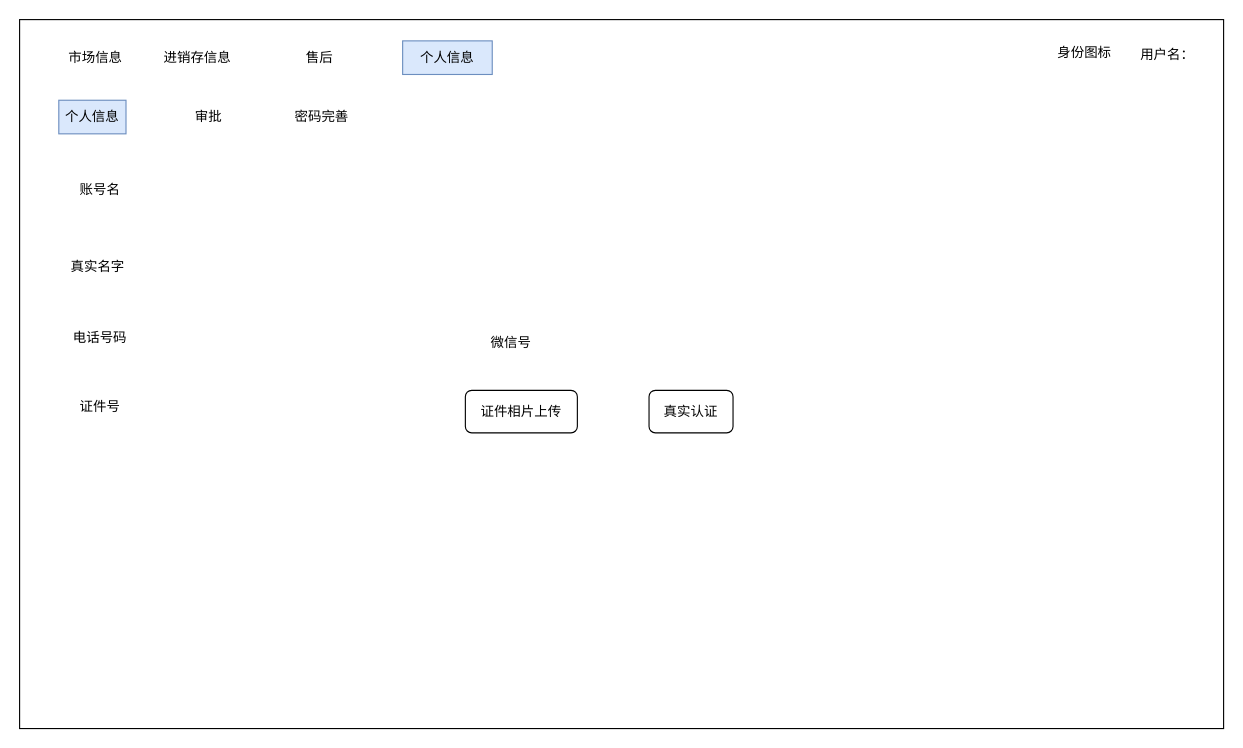
This is page "个人信息" (1 of 3) of 泰加个人信息.drawio from cangwang/news, a draw.io file, before an edit. Source tidied: cells renumbered, new cells numbered last; positions are measured from the earlier drawing's top-left corner, leaving out a move shared by most shapes. Both pictures are drawn from the tidied source at 112%, with x=0, y=0 at pixel (19, 19).
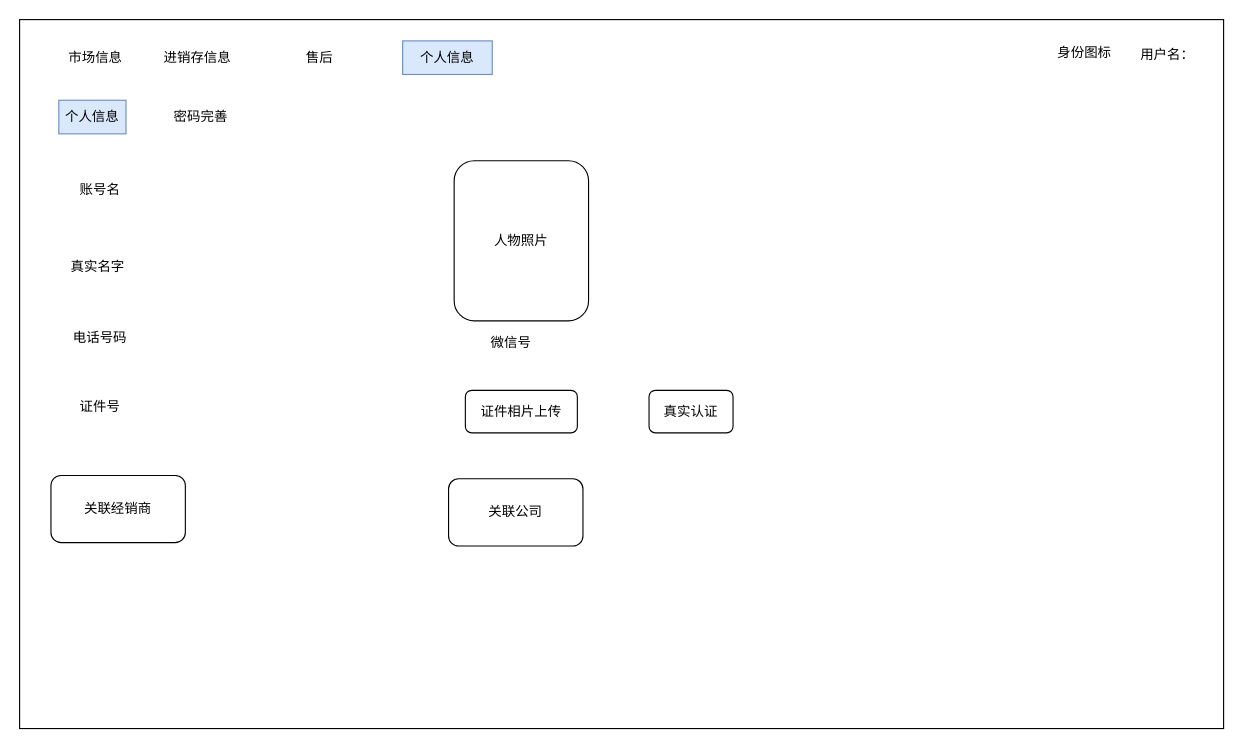
After the change.

The edit, as a diff of the source:
```diff
@@
     <mxCell id="10" value="密码完善" style="text;html=1;align=center;verticalAlign=middle;whiteSpace=wrap;rounded=0;" parent="1" vertex="1">
-      <mxGeometry x="240" y="72" width="60" height="30" as="geometry" />
+      <mxGeometry x="132" y="72" width="60" height="30" as="geometry" />
     </mxCell>
@@
-    <mxCell id="16" value="审批" style="text;html=1;strokeColor=none;fillColor=none;align=center;verticalAlign=middle;whiteSpace=wrap;rounded=0;" parent="1" vertex="1">
-      <mxGeometry x="139" y="72" width="60" height="30" as="geometry" />
-    </mxCell>
@@
+    <mxCell id="19" value="人物照片" style="rounded=1;whiteSpace=wrap;html=1;" parent="1" vertex="1">
+      <mxGeometry x="388" y="126" width="120" height="143" as="geometry" />
+    </mxCell>
+    <mxCell id="20" value="关联经销商" style="rounded=1;whiteSpace=wrap;html=1;" parent="1" vertex="1">
+      <mxGeometry x="28" y="407" width="120" height="60" as="geometry" />
+    </mxCell>
+    <mxCell id="21" value="关联公司" style="rounded=1;whiteSpace=wrap;html=1;" parent="1" vertex="1">
+      <mxGeometry x="383" y="410" width="120" height="60" as="geometry" />
+    </mxCell>
```
